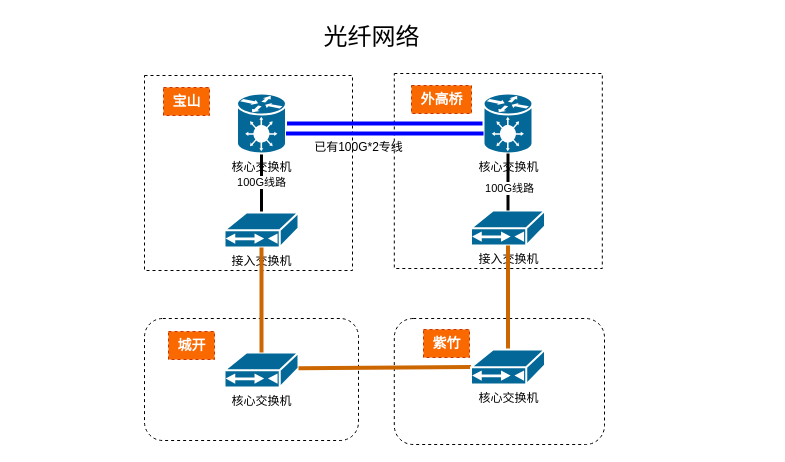
sinoco101/2020-cat keeps this draw.io diagram as 未命名绘图.drawio. Above is the earlier version. Source tidied: cells renumbered, new cells numbered last; positions are measured from the earlier drawing's top-left corner, leaving out a move shared by most shapes. Both pictures are drawn from the tidied source at 100%, with x=0, y=0 at pixel (144, 17).
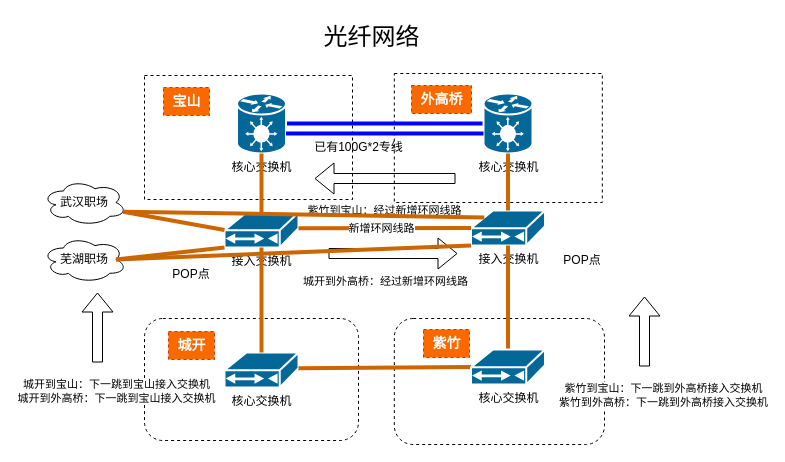
After the change.

The change refers to these unchanged cells:
```xml
<mxCell id="7" value="接入交换机" style="shape=mxgraph.cisco.modems_and_phones.cable_modem;html=1;dashed=0;fillColor=#036897;strokeColor=#ffffff;strokeWidth=2;verticalLabelPosition=bottom;verticalAlign=top;align=center;outlineConnect=0;" parent="1" vertex="1">
  <mxGeometry x="80" y="195" width="74" height="35" as="geometry" />
</mxCell>
<mxCell id="9" value="核心交换机" style="shape=mxgraph.cisco.hubs_and_gateways.generic_gateway;html=1;dashed=0;fillColor=#036897;strokeColor=#ffffff;strokeWidth=2;verticalLabelPosition=bottom;verticalAlign=top;align=center;outlineConnect=0;" parent="1" vertex="1">
  <mxGeometry x="92.5" y="76" width="49" height="60" as="geometry" />
</mxCell>
<mxCell id="11" value="核心交换机" style="shape=mxgraph.cisco.hubs_and_gateways.generic_gateway;html=1;dashed=0;fillColor=#036897;strokeColor=#ffffff;strokeWidth=2;verticalLabelPosition=bottom;verticalAlign=top;align=center;outlineConnect=0;" parent="1" vertex="1">
  <mxGeometry x="339" y="76" width="49" height="60" as="geometry" />
</mxCell>
<mxCell id="15" value="接入交换机" style="shape=mxgraph.cisco.modems_and_phones.cable_modem;html=1;dashed=0;fillColor=#036897;strokeColor=#ffffff;strokeWidth=2;verticalLabelPosition=bottom;verticalAlign=top;align=center;outlineConnect=0;" parent="1" vertex="1">
  <mxGeometry x="326.5" y="193" width="74" height="35" as="geometry" />
</mxCell>
```

The edit, as a diff of the source:
```diff
@@
     <mxCell id="2" style="rounded=1;whiteSpace=wrap;html=1;dashed=1;arcSize=0;" parent="1" vertex="1">
-      <mxGeometry y="58" width="208" height="195" as="geometry" />
+      <mxGeometry y="58" width="208" height="124" as="geometry" />
     </mxCell>
@@
     <mxCell id="4" style="rounded=1;whiteSpace=wrap;html=1;dashed=1;arcSize=0;" parent="1" vertex="1">
-      <mxGeometry x="249.8" y="56" width="208" height="195" as="geometry" />
+      <mxGeometry x="249.8" y="56" width="208" height="129" as="geometry" />
     </mxCell>
@@
-    <mxCell id="6" value="100G线路" style="edgeStyle=none;rounded=1;jettySize=auto;html=1;exitX=0.5;exitY=0;exitDx=0;exitDy=0;exitPerimeter=0;entryX=0.5;entryY=1;entryDx=0;entryDy=0;entryPerimeter=0;startArrow=none;startFill=0;endArrow=none;endFill=0;strokeColor=#000000;jumpSize=6;strokeWidth=3;" parent="1" edge="1" source="7" target="9">
-      <mxGeometry relative="1" as="geometry" />
-    </mxCell>
@@
-    <mxCell id="18" style="edgeStyle=none;rounded=1;jettySize=auto;html=1;exitX=0.5;exitY=0;exitDx=0;exitDy=0;exitPerimeter=0;entryX=0.5;entryY=1;entryDx=0;entryDy=0;entryPerimeter=0;startArrow=none;startFill=0;endArrow=none;endFill=0;strokeWidth=3;" parent="1" edge="1" source="15" target="11">
-      <mxGeometry relative="1" as="geometry" />
-    </mxCell>
-    <mxCell id="19" value="100G线路" style="edgeLabel;html=1;align=center;verticalAlign=middle;" parent="18" vertex="1">
-      <mxGeometry x="-0.19" relative="1" as="geometry">
-        <mxPoint x="1" as="offset" />
-      </mxGeometry>
-    </mxCell>
@@
+    <mxCell id="6" style="jettySize=auto;html=1;entryX=0.5;entryY=1;entryDx=0;entryDy=0;entryPerimeter=0;startArrow=none;startFill=0;endArrow=none;endFill=0;rounded=1;strokeColor=#CC6600;strokeWidth=4;" parent="1" edge="1" source="7" target="9">
+      <mxGeometry relative="1" as="geometry" />
+    </mxCell>
+    <mxCell id="18" style="jettySize=auto;html=1;entryX=0.5;entryY=1;entryDx=0;entryDy=0;entryPerimeter=0;startArrow=none;startFill=0;endArrow=none;endFill=0;rounded=1;strokeColor=#CC6600;strokeWidth=4;exitX=0.5;exitY=0;exitDx=0;exitDy=0;exitPerimeter=0;" parent="1" edge="1" source="15" target="11">
+      <mxGeometry relative="1" as="geometry" />
+    </mxCell>
+    <mxCell id="28" style="jettySize=auto;html=1;entryX=1;entryY=0.45;entryDx=0;entryDy=0;entryPerimeter=0;startArrow=none;startFill=0;endArrow=none;endFill=0;rounded=1;strokeColor=#CC6600;strokeWidth=4;exitX=0;exitY=0.5;exitDx=0;exitDy=0;exitPerimeter=0;" parent="1" edge="1" source="15" target="7">
+      <mxGeometry relative="1" as="geometry" />
+    </mxCell>
+    <mxCell id="29" value="新增环网线路" style="edgeLabel;html=1;align=center;verticalAlign=middle;" parent="28" vertex="1">
+      <mxGeometry x="0.03" y="4" relative="1" as="geometry">
+        <mxPoint x="-1" y="-4" as="offset" />
+      </mxGeometry>
+    </mxCell>
+    <mxCell id="30" style="shape=flexArrow;endArrow=classic;html=1;rounded=0;" parent="1" edge="1">
+      <mxGeometry relative="1" as="geometry">
+        <mxPoint x="184" y="236" as="sourcePoint" />
+        <mxPoint x="313" y="236" as="targetPoint" />
+      </mxGeometry>
+    </mxCell>
+    <mxCell id="31" value="城开到外高桥：经过新增环网线路" style="edgeLabel;html=1;align=center;verticalAlign=middle;" parent="30" vertex="1">
+      <mxGeometry x="-0.05" y="2" relative="1" as="geometry">
+        <mxPoint x="-5" y="29" as="offset" />
+      </mxGeometry>
+    </mxCell>
+    <mxCell id="32" style="shape=flexArrow;endArrow=classic;html=1;rounded=0;" parent="1" edge="1">
+      <mxGeometry relative="1" as="geometry">
+        <mxPoint x="311" y="161" as="sourcePoint" />
+        <mxPoint x="170" y="161" as="targetPoint" />
+      </mxGeometry>
+    </mxCell>
+    <mxCell id="33" value="紫竹到宝山：经过新增环网线路" style="edgeLabel;html=1;align=center;verticalAlign=middle;" parent="32" vertex="1">
+      <mxGeometry x="-0.05" y="2" relative="1" as="geometry">
+        <mxPoint x="-5" y="29" as="offset" />
+      </mxGeometry>
+    </mxCell>
+    <mxCell id="34" style="shape=flexArrow;endArrow=classic;html=1;rounded=0;" parent="1" edge="1">
+      <mxGeometry relative="1" as="geometry">
+        <mxPoint x="-47" y="345" as="sourcePoint" />
+        <mxPoint x="-47" y="275" as="targetPoint" />
+      </mxGeometry>
+    </mxCell>
+    <mxCell id="35" value="城开到宝山：下一跳到宝山接入交换机&lt;br&gt;城开到外高桥：下一跳到宝山接入交换机" style="edgeLabel;html=1;align=center;verticalAlign=middle;" parent="34" vertex="1">
+      <mxGeometry x="-0.05" y="2" relative="1" as="geometry">
+        <mxPoint x="20" y="61" as="offset" />
+      </mxGeometry>
+    </mxCell>
+    <mxCell id="36" style="shape=flexArrow;endArrow=classic;html=1;rounded=0;" parent="1" edge="1">
+      <mxGeometry relative="1" as="geometry">
+        <mxPoint x="500" y="349" as="sourcePoint" />
+        <mxPoint x="500" y="279" as="targetPoint" />
+      </mxGeometry>
+    </mxCell>
+    <mxCell id="37" value="紫竹到宝山：下一跳到外高桥接入交换机&lt;br&gt;紫竹到外高桥：下一跳到外高桥接入交换机" style="edgeLabel;html=1;align=center;verticalAlign=middle;" parent="36" vertex="1">
+      <mxGeometry x="-0.05" y="2" relative="1" as="geometry">
+        <mxPoint x="20" y="61" as="offset" />
+      </mxGeometry>
+    </mxCell>
+    <mxCell id="38" value="武汉职场" style="ellipse;shape=cloud;whiteSpace=wrap;html=1;" parent="1" vertex="1">
+      <mxGeometry x="-102" y="162" width="84" height="46" as="geometry" />
+    </mxCell>
+    <mxCell id="39" value="芜湖职场" style="ellipse;shape=cloud;whiteSpace=wrap;html=1;" parent="1" vertex="1">
+      <mxGeometry x="-102" y="219" width="84" height="46" as="geometry" />
+    </mxCell>
+    <mxCell id="40" style="jettySize=auto;html=1;entryX=0.96;entryY=0.7;entryDx=0;entryDy=0;entryPerimeter=0;startArrow=none;startFill=0;endArrow=none;endFill=0;rounded=1;strokeColor=#CC6600;strokeWidth=4;exitX=0;exitY=0.5;exitDx=0;exitDy=0;exitPerimeter=0;" parent="1" edge="1" source="7" target="38">
+      <mxGeometry relative="1" as="geometry" />
+    </mxCell>
+    <mxCell id="41" style="jettySize=auto;html=1;entryX=0;entryY=1;entryDx=0;entryDy=0;entryPerimeter=0;startArrow=none;startFill=0;endArrow=none;endFill=0;rounded=1;strokeColor=#CC6600;strokeWidth=4;exitX=0.875;exitY=0.5;exitDx=0;exitDy=0;exitPerimeter=0;" parent="1" edge="1" source="39" target="7">
+      <mxGeometry relative="1" as="geometry" />
+    </mxCell>
+    <mxCell id="42" value="POP点" style="text;strokeColor=none;align=center;fillColor=none;html=1;verticalAlign=middle;whiteSpace=wrap;rounded=0;" parent="1" vertex="1">
+      <mxGeometry x="17" y="242" width="60" height="30" as="geometry" />
+    </mxCell>
+    <mxCell id="43" value="POP点" style="text;strokeColor=none;align=center;fillColor=none;html=1;verticalAlign=middle;whiteSpace=wrap;rounded=0;" parent="1" vertex="1">
+      <mxGeometry x="408" y="228" width="60" height="30" as="geometry" />
+    </mxCell>
+    <mxCell id="44" style="jettySize=auto;html=1;entryX=0.18;entryY=0.2;entryDx=0;entryDy=0;entryPerimeter=0;startArrow=none;startFill=0;endArrow=none;endFill=0;rounded=1;strokeColor=#CC6600;strokeWidth=4;exitX=0.96;exitY=0.7;exitDx=0;exitDy=0;exitPerimeter=0;" parent="1" edge="1" source="38" target="15">
+      <mxGeometry relative="1" as="geometry" />
+    </mxCell>
+    <mxCell id="45" style="jettySize=auto;html=1;entryX=0;entryY=1;entryDx=0;entryDy=0;entryPerimeter=0;startArrow=none;startFill=0;endArrow=none;endFill=0;rounded=1;strokeColor=#CC6600;strokeWidth=4;exitX=0.875;exitY=0.5;exitDx=0;exitDy=0;exitPerimeter=0;" parent="1" edge="1" source="39" target="15">
+      <mxGeometry relative="1" as="geometry" />
+    </mxCell>
```
